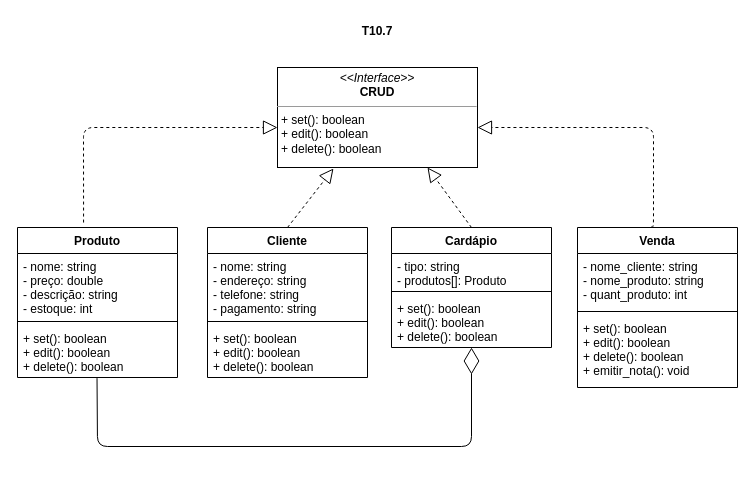
Above: UML.drawio in DionVitor/oo-fga (draw.io), before the change. Source tidied: cells renumbered, new cells numbered last; positions are measured from the earlier drawing's top-left corner, leaving out a move shared by most shapes. Both pictures are drawn from the tidied source at 100%, with x=0, y=0 at pixel (17, 17).
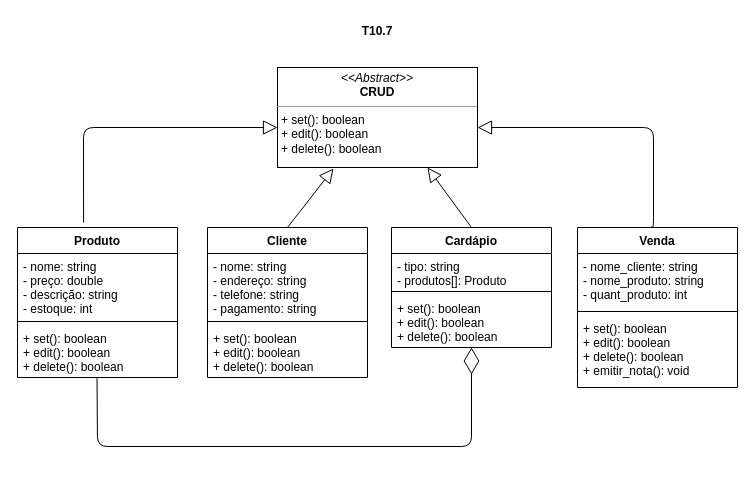
After the change.

Commit message (it also covers changes not shown here):
UML atualizado.

The change refers to these unchanged cells:
```xml
<mxCell id="3" value="Produto" style="swimlane;fontStyle=1;align=center;verticalAlign=top;horizontal=1;startSize=26;" parent="1" vertex="1">
  <mxGeometry y="210" width="160" height="150" as="geometry" />
</mxCell>
<mxCell id="7" value="Cliente" style="swimlane;fontStyle=1;align=center;verticalAlign=top;horizontal=1;startSize=26;" parent="1" vertex="1">
  <mxGeometry x="190" y="210" width="160" height="150" as="geometry" />
</mxCell>
<mxCell id="11" value="Cardápio" style="swimlane;fontStyle=1;align=center;verticalAlign=top;horizontal=1;startSize=26;" parent="1" vertex="1">
  <mxGeometry x="374" y="210" width="160" height="120" as="geometry" />
</mxCell>
<mxCell id="15" value="Venda" style="swimlane;fontStyle=1;align=center;verticalAlign=top;horizontal=1;startSize=26;" parent="1" vertex="1">
  <mxGeometry x="560" y="210" width="160" height="160" as="geometry" />
</mxCell>
```

What changed in the source:
```diff
@@
-    <mxCell id="2" value="&lt;p style=&quot;margin: 0px ; margin-top: 4px ; text-align: center&quot;&gt;&lt;i&gt;&amp;lt;&amp;lt;Interface&amp;gt;&amp;gt;&lt;/i&gt;&lt;br&gt;&lt;b&gt;CRUD&lt;/b&gt;&lt;/p&gt;&lt;hr size=&quot;1&quot;&gt;&lt;p style=&quot;margin: 0px ; margin-left: 4px&quot;&gt;+ set(): boolean&lt;/p&gt;&lt;p style=&quot;margin: 0px ; margin-left: 4px&quot;&gt;+ edit(): boolean&lt;/p&gt;&lt;p style=&quot;margin: 0px ; margin-left: 4px&quot;&gt;+ delete(): boolean&lt;/p&gt;" style="verticalAlign=top;align=left;overflow=fill;fontSize=12;fontFamily=Helvetica;html=1;" parent="1" vertex="1">
+    <mxCell id="2" value="&lt;p style=&quot;margin: 0px ; margin-top: 4px ; text-align: center&quot;&gt;&lt;i&gt;&amp;lt;&amp;lt;Abstract&amp;gt;&amp;gt;&lt;/i&gt;&lt;br&gt;&lt;b&gt;CRUD&lt;/b&gt;&lt;/p&gt;&lt;hr size=&quot;1&quot;&gt;&lt;p style=&quot;margin: 0px ; margin-left: 4px&quot;&gt;+ set(): boolean&lt;/p&gt;&lt;p style=&quot;margin: 0px ; margin-left: 4px&quot;&gt;+ edit(): boolean&lt;/p&gt;&lt;p style=&quot;margin: 0px ; margin-left: 4px&quot;&gt;+ delete(): boolean&lt;/p&gt;" style="verticalAlign=top;align=left;overflow=fill;fontSize=12;fontFamily=Helvetica;html=1;" parent="1" vertex="1">
       <mxGeometry x="260" y="50" width="200" height="100" as="geometry" />
     </mxCell>
@@
-    <mxCell id="21" style="endArrow=block;dashed=1;endFill=0;endSize=12;html=1;exitX=0.463;exitY=-0.006;exitDx=0;exitDy=0;exitPerimeter=0;" parent="1" edge="1" source="15">
+    <mxCell id="21" style="endArrow=block;endFill=0;endSize=12;html=1;exitX=0.463;exitY=-0.006;exitDx=0;exitDy=0;exitPerimeter=0;" parent="1" edge="1" source="15">
       <mxGeometry relative="1" as="geometry">
         <mxPoint x="460" y="110" as="targetPoint" />
         <Array as="points">
           <mxPoint x="636" y="210" />
           <mxPoint x="636" y="110" />
         </Array>
       </mxGeometry>
     </mxCell>
-    <mxCell id="22" style="endArrow=block;dashed=1;endFill=0;endSize=12;html=1;exitX=0.413;exitY=-0.033;exitDx=0;exitDy=0;exitPerimeter=0;" parent="1" edge="1" source="3">
+    <mxCell id="22" style="endArrow=block;endFill=0;endSize=12;html=1;exitX=0.413;exitY=-0.033;exitDx=0;exitDy=0;exitPerimeter=0;" parent="1" edge="1" source="3">
       <mxGeometry relative="1" as="geometry">
         <mxPoint x="260" y="110" as="targetPoint" />
         <Array as="points">
           <mxPoint x="66" y="110" />
         </Array>
       </mxGeometry>
     </mxCell>
-    <mxCell id="23" style="endArrow=block;dashed=1;endFill=0;endSize=12;html=1;exitX=0.5;exitY=0;exitDx=0;exitDy=0;" parent="1" edge="1" source="7">
+    <mxCell id="23" style="endArrow=block;endFill=0;endSize=12;html=1;exitX=0.5;exitY=0;exitDx=0;exitDy=0;" parent="1" edge="1" source="7">
       <mxGeometry relative="1" as="geometry">
         <mxPoint x="316" y="151" as="targetPoint" />
       </mxGeometry>
     </mxCell>
-    <mxCell id="24" style="endArrow=block;dashed=1;endFill=0;endSize=12;html=1;entryX=0.75;entryY=1;entryDx=0;entryDy=0;exitX=0.5;exitY=0;exitDx=0;exitDy=0;" parent="1" edge="1" source="11" target="2">
+    <mxCell id="24" style="endArrow=block;endFill=0;endSize=12;html=1;entryX=0.75;entryY=1;entryDx=0;entryDy=0;exitX=0.5;exitY=0;exitDx=0;exitDy=0;" parent="1" edge="1" source="11" target="2">
       <mxGeometry relative="1" as="geometry" />
     </mxCell>
```
